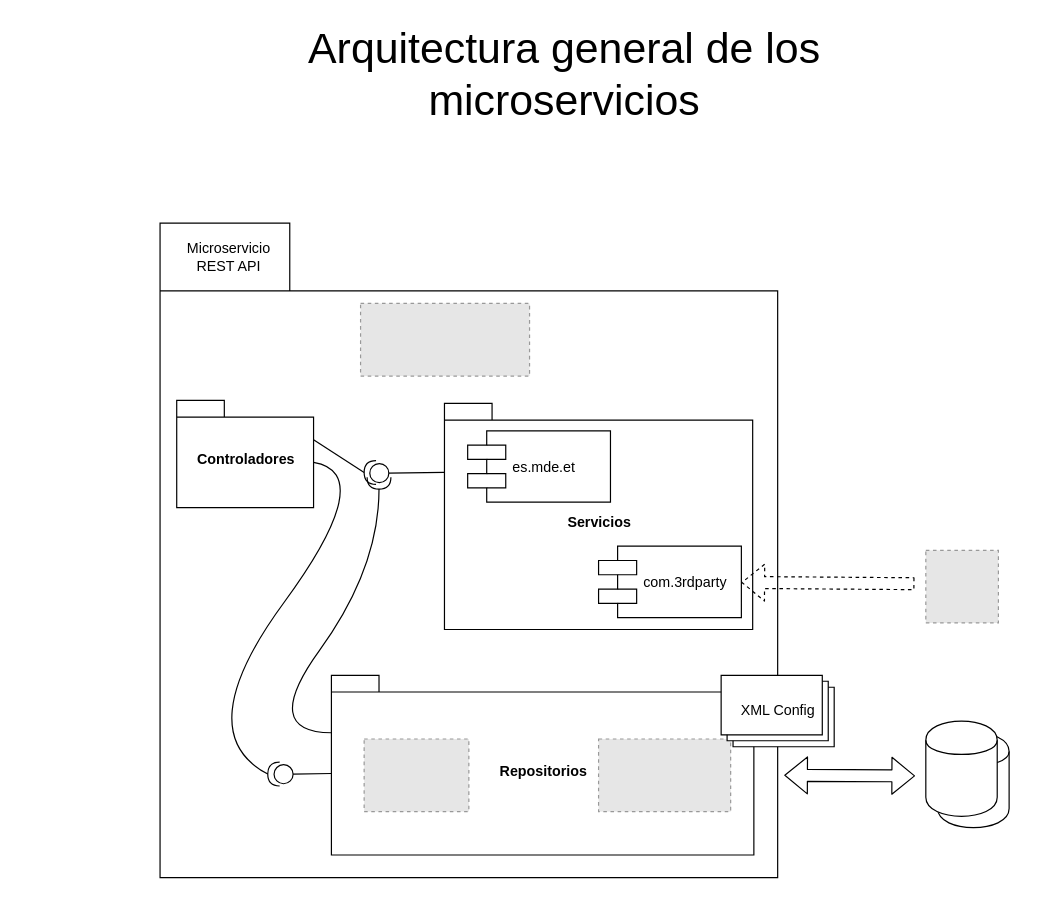
Earlier version of the draw.io diagram page "Microservicio" (2 of 2) of Documentos Trabajo/Practica DIM.drawio (DptoSIC/DatosDeportivos). Source tidied: cells renumbered, new cells numbered last; positions are measured from the earlier drawing's top-left corner, leaving out a move shared by most shapes. Both pictures are drawn from the tidied source at 119%, with x=0, y=0 at pixel (159, 20). Pictures stored in the file or linked from it are replaced by grey dashed boxes.
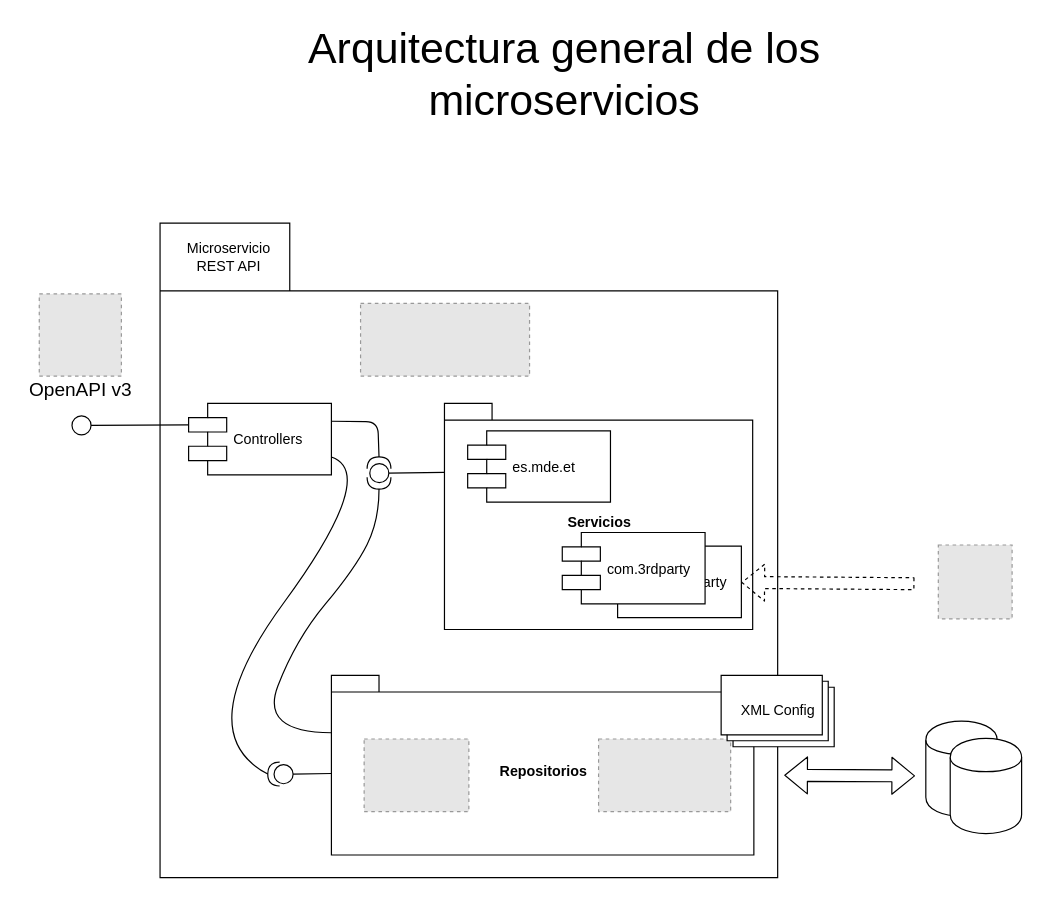
The same page after the edit.

The change refers to these unchanged cells:
```xml
<mxCell id="8" value="Repositorios" style="shape=folder;fontStyle=1;spacingTop=10;tabWidth=40;tabHeight=14;tabPosition=left;html=1;horizontal=1;labelPosition=center;verticalLabelPosition=middle;align=center;verticalAlign=middle;" parent="1" vertex="1">
  <mxGeometry x="144" y="550" width="355" height="151" as="geometry" />
</mxCell>
<mxCell id="22" style="shape=requiredInterface;html=1;verticalLabelPosition=bottom;rotation=180;" parent="1" vertex="1">
  <mxGeometry x="90.5" y="623" width="10" height="20" as="geometry" />
</mxCell>
<mxCell id="24" style="shape=requiredInterface;html=1;verticalLabelPosition=bottom;rotation=90;" parent="1" vertex="1">
  <mxGeometry x="179" y="378.5" width="10" height="20" as="geometry" />
</mxCell>
```

Diff of the diagram source:
```diff
@@
-    <mxCell id="6" style="fillColor=#E6E6E6;strokeColor=#999999;dashed=1;html=1;verticalLabelPosition=bottom;labelBackgroundColor=#ffffff;verticalAlign=top;" parent="1" vertex="1">
-      <mxGeometry x="643.5" y="445" width="61" height="61" as="geometry" />
-    </mxCell>
@@
-    <mxCell id="13" value="Controladores" style="shape=folder;fontStyle=1;spacingTop=10;tabWidth=40;tabHeight=14;tabPosition=left;html=1;" parent="1" vertex="1">
-      <mxGeometry x="14" y="319" width="115" height="90" as="geometry" />
-    </mxCell>
-    <mxCell id="14" style="shape=cylinder;whiteSpace=wrap;html=1;boundedLbl=1;backgroundOutline=1;" parent="1" vertex="1">
-      <mxGeometry x="653.5" y="598" width="60" height="80" as="geometry" />
-    </mxCell>
@@
-    <mxCell id="20" style="shape=requiredInterface;html=1;verticalLabelPosition=bottom;rotation=180;" parent="1" vertex="1">
-      <mxGeometry x="171.5" y="369.5" width="10" height="20" as="geometry" />
+    <mxCell id="20" style="shape=requiredInterface;html=1;verticalLabelPosition=bottom;rotation=-90;" parent="1" vertex="1">
+      <mxGeometry x="179" y="361.5" width="10" height="20" as="geometry" />
     </mxCell>
-    <mxCell id="21" style="endArrow=none;html=1;entryX=1;entryY=0.5;entryDx=0;entryDy=0;entryPerimeter=0;exitX=0;exitY=0;exitDx=115;exitDy=33;exitPerimeter=0;" parent="1" edge="1" source="13" target="20">
-      <mxGeometry relative="1" as="geometry" />
+    <mxCell id="21" style="endArrow=none;html=1;entryX=1;entryY=0.5;entryDx=0;entryDy=0;entryPerimeter=0;exitX=1;exitY=0.25;exitDx=0;exitDy=0;" parent="1" edge="1" source="28" target="20">
+      <mxGeometry relative="1" as="geometry">
+        <Array as="points">
+          <mxPoint x="183" y="337" />
+        </Array>
+      </mxGeometry>
     </mxCell>
@@
-    <mxCell id="23" style="curved=1;endArrow=none;html=1;endFill=0;entryX=0;entryY=0;entryDx=115;entryDy=52;entryPerimeter=0;exitX=1;exitY=0.5;exitDx=0;exitDy=0;exitPerimeter=0;" parent="1" edge="1" source="22" target="13">
+    <mxCell id="23" style="curved=1;endArrow=none;html=1;endFill=0;entryX=1;entryY=0.75;entryDx=0;entryDy=0;exitX=1;exitY=0.5;exitDx=0;exitDy=0;exitPerimeter=0;" parent="1" edge="1" source="22" target="28">
       <mxGeometry relative="1" as="geometry">
         <Array as="points">
           <mxPoint x="24" y="598" />
           <mxPoint x="184" y="380" />
         </Array>
       </mxGeometry>
     </mxCell>
@@
     <mxCell id="25" style="curved=1;endArrow=none;html=1;endFill=0;entryX=1;entryY=0.5;entryDx=0;entryDy=0;entryPerimeter=0;exitX=0;exitY=0;exitDx=0;exitDy=48.25;exitPerimeter=0;" parent="1" edge="1" source="8" target="24">
       <mxGeometry relative="1" as="geometry">
         <Array as="points">
           <mxPoint x="84" y="598" />
-          <mxPoint x="184" y="460" />
+          <mxPoint x="114" y="520" />
+          <mxPoint x="164" y="460" />
+          <mxPoint x="184" y="420" />
         </Array>
       </mxGeometry>
     </mxCell>
@@
+    <mxCell id="27" style="endArrow=none;html=1;startArrow=oval;startFill=0;entryX=0;entryY=0.3;entryDx=0;entryDy=0;endSize=6;startSize=16;" parent="1" edge="1" target="28">
+      <mxGeometry relative="1" as="geometry">
+        <mxPoint x="-66" y="340" as="sourcePoint" />
+      </mxGeometry>
+    </mxCell>
+    <mxCell id="28" value="Controllers" style="shape=component;align=left;spacingLeft=36;" parent="1" vertex="1">
+      <mxGeometry x="24" y="321.5" width="120" height="60" as="geometry" />
+    </mxCell>
+    <mxCell id="29" style="fillColor=#E6E6E6;strokeColor=#999999;dashed=1;verticalLabelPosition=bottom;labelBackgroundColor=#ffffff;verticalAlign=top;" parent="1" vertex="1">
+      <mxGeometry x="-101.5" y="229.5" width="69" height="69" as="geometry" />
+    </mxCell>
+    <mxCell id="30" value="OpenAPI v3" style="text;strokeColor=none;fillColor=none;html=1;fontSize=16;fontStyle=0;verticalAlign=middle;align=center;" parent="1" vertex="1">
+      <mxGeometry x="-117" y="290" width="100" height="40" as="geometry" />
+    </mxCell>
+    <mxCell id="31" style="fillColor=#E6E6E6;strokeColor=#999999;dashed=1;verticalLabelPosition=bottom;labelBackgroundColor=#ffffff;verticalAlign=top;" parent="1" vertex="1">
+      <mxGeometry x="654" y="440.5" width="62" height="62" as="geometry" />
+    </mxCell>
+    <mxCell id="14" style="shape=cylinder;whiteSpace=wrap;html=1;boundedLbl=1;backgroundOutline=1;" parent="1" vertex="1">
+      <mxGeometry x="664" y="603" width="60" height="80" as="geometry" />
+    </mxCell>
+    <mxCell id="32" value="com.3rdparty" style="shape=component;align=left;spacingLeft=36;" parent="1" vertex="1">
+      <mxGeometry x="338" y="430" width="120" height="60" as="geometry" />
+    </mxCell>
```
